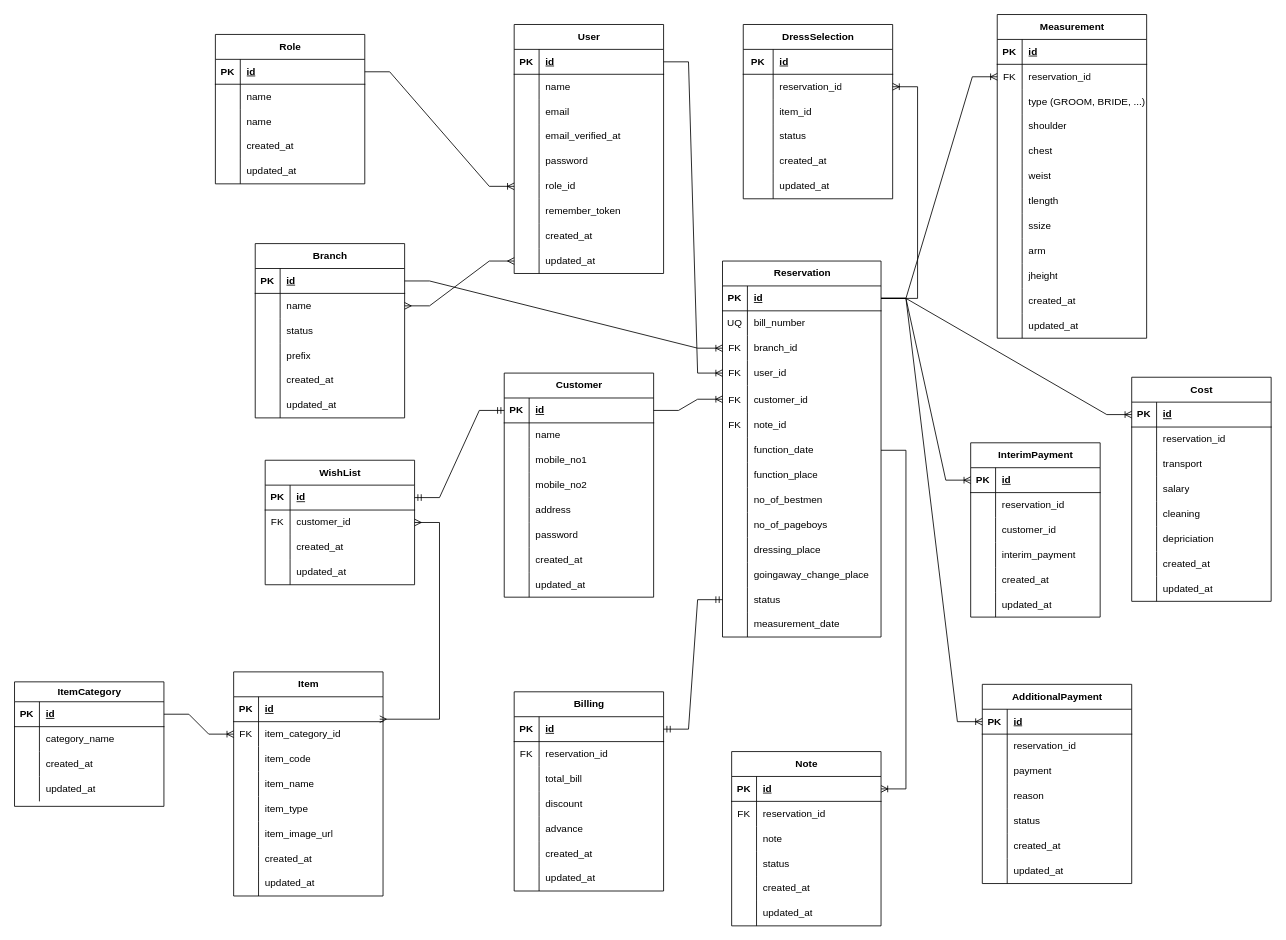
Before: ERDiagram.drawio in ranidu-harshana/SriKulaMedura, a draw.io diagram. Source tidied: cells renumbered, new cells numbered last; positions are measured from the earlier drawing's top-left corner, leaving out a move shared by most shapes. Both pictures are drawn from the tidied source at 83%, with x=0, y=0 at pixel (14, 14).
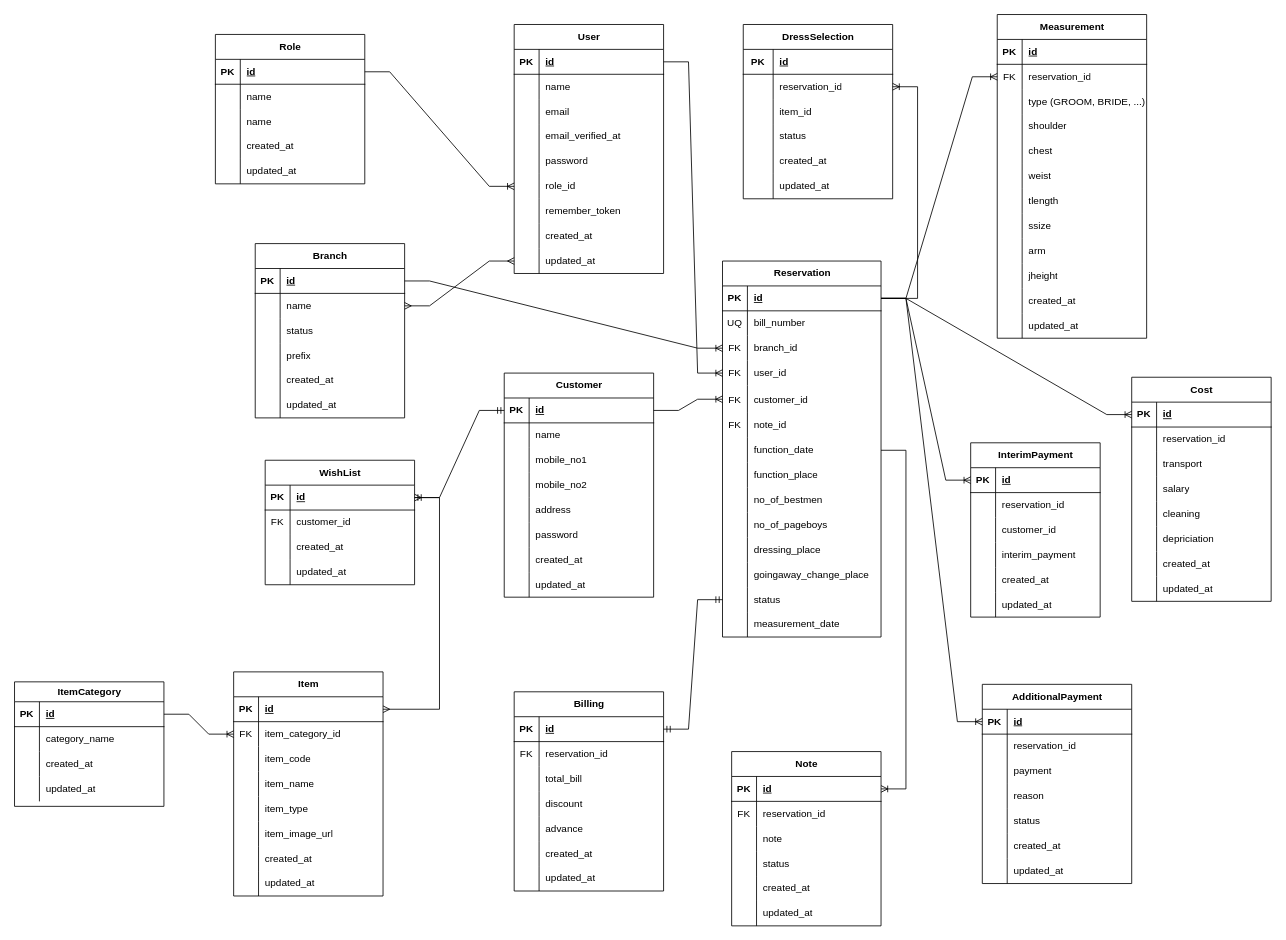
The same diagram, later.

The change refers to these unchanged cells:
```xml
<mxCell id="116" style="shape=tableRow;horizontal=0;startSize=0;swimlaneHead=0;swimlaneBody=0;fillColor=none;points=[[0,0.5],[1,0.5]];portConstraint=eastwest;top=0;left=0;right=0;bottom=1;" parent="115" vertex="1">
  <mxGeometry y="30" width="180" height="30" as="geometry" />
</mxCell>
<mxCell id="166" style="shape=tableRow;horizontal=0;startSize=0;swimlaneHead=0;swimlaneBody=0;fillColor=none;points=[[0,0.5],[1,0.5]];portConstraint=eastwest;top=0;left=0;right=0;bottom=1;" parent="165" vertex="1">
  <mxGeometry y="30" width="180" height="30" as="geometry" />
</mxCell>
<mxCell id="169" style="shape=tableRow;horizontal=0;startSize=0;swimlaneHead=0;swimlaneBody=0;fillColor=none;points=[[0,0.5],[1,0.5]];portConstraint=eastwest;top=0;left=0;right=0;bottom=0;" parent="165" vertex="1">
  <mxGeometry y="60" width="180" height="30" as="geometry" />
</mxCell>
```

What changed in the source:
```diff
@@
-    <mxCell id="337" style="edgeStyle=entityRelationEdgeStyle;fontSize=12;html=1;endArrow=ERmany;startArrow=ERmany;rounded=0;" parent="1" edge="1" target="169">
-      <mxGeometry relative="1" as="geometry">
-        <mxPoint x="440" y="849" as="sourcePoint" />
-        <Array as="points">
-          <mxPoint x="216" y="588" />
-        </Array>
-      </mxGeometry>
+    <mxCell id="337" style="edgeStyle=entityRelationEdgeStyle;fontSize=12;html=1;endArrow=ERmany;startArrow=ERmany;rounded=0;" parent="1" edge="1" source="116" target="166">
+      <mxGeometry relative="1" as="geometry" />
     </mxCell>
```
